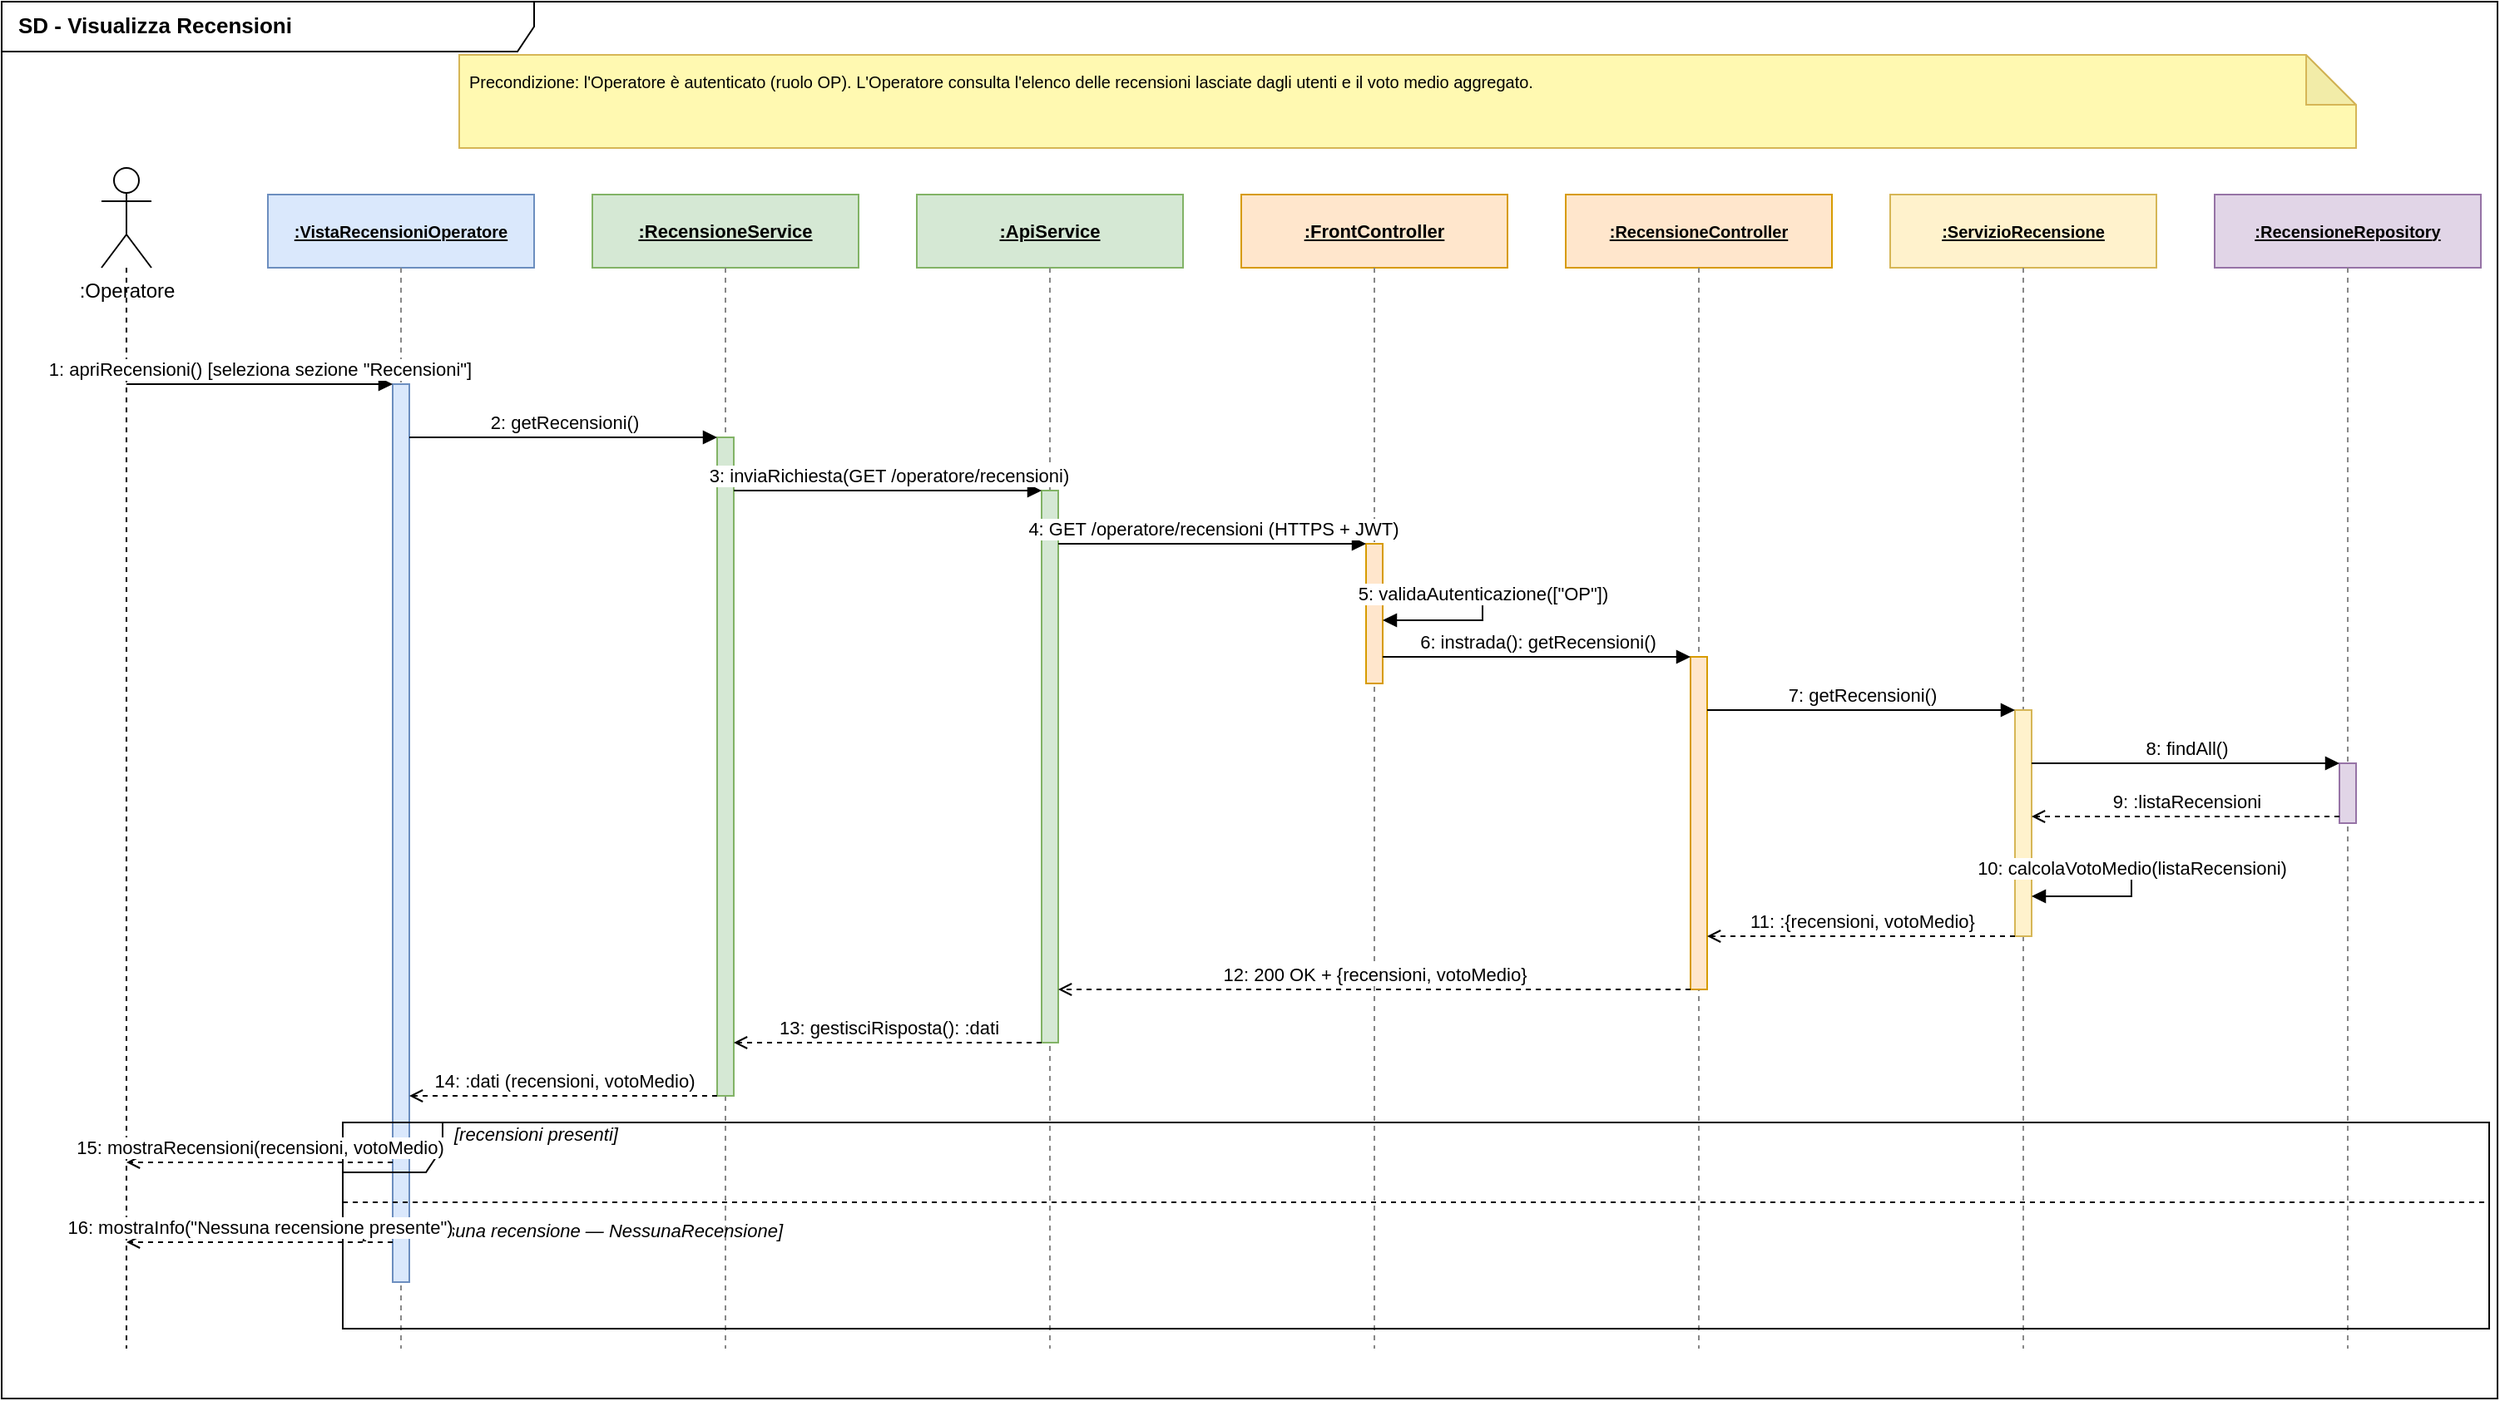
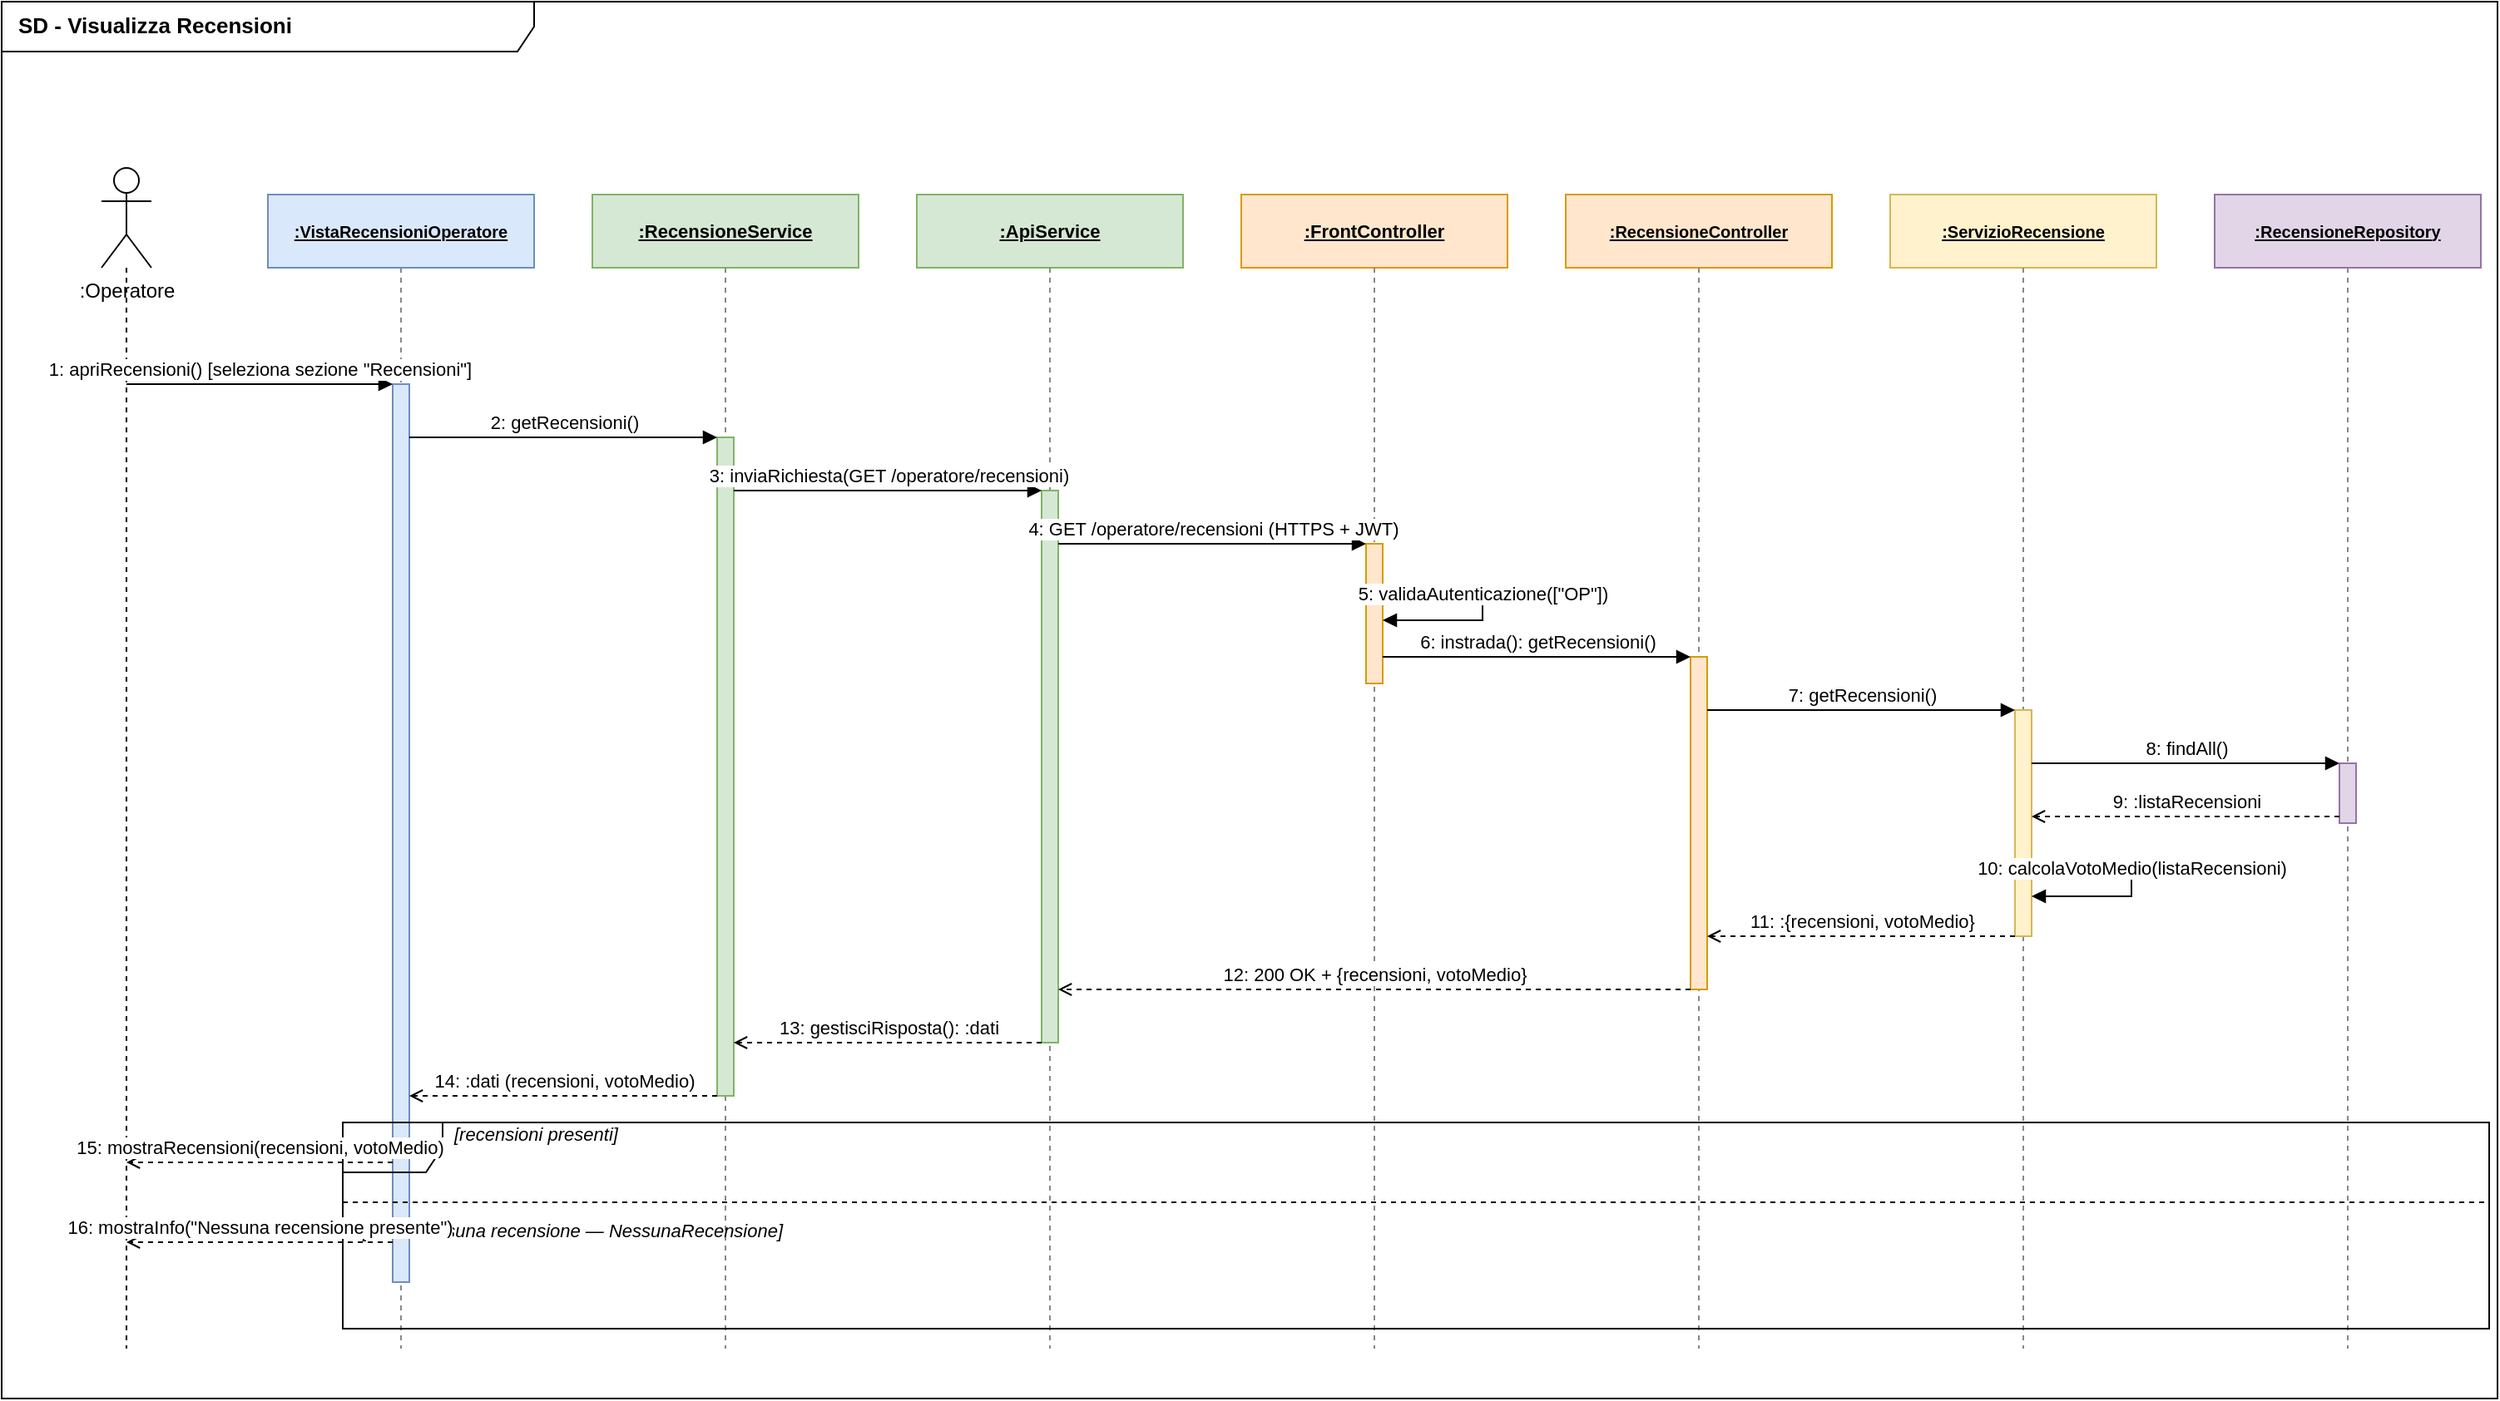
<mxfile host="65bd71144e">
    <diagram name="SD - Visualizza Recensioni" id="visualizza-recensioni-op13">
-         <mxGraphModel dx="1422" dy="800" grid="1" gridSize="10" guides="1" tooltips="1" connect="1" arrows="1" fold="1" page="1" pageScale="1" pageWidth="1654" pageHeight="1169" background="#FFFFFF" math="0" shadow="0">
+         <mxGraphModel dx="514" dy="642" grid="1" gridSize="10" guides="1" tooltips="1" connect="1" arrows="1" fold="1" page="1" pageScale="1" pageWidth="1654" pageHeight="1169" background="#FFFFFF" math="0" shadow="0">
            <root>
                <mxCell id="0"/>
                <mxCell id="1" parent="0"/>
-                 <mxCell id="frame" value="SD - Visualizza Recensioni" style="shape=umlFrame;whiteSpace=wrap;html=1;fontSize=13;fontStyle=1;align=left;spacingLeft=8;verticalAlign=top;width=320;height=30;" vertex="1" parent="1">
+                 <mxCell id="frame" value="SD - Visualizza Recensioni" style="shape=umlFrame;whiteSpace=wrap;html=1;fontSize=13;fontStyle=1;align=left;spacingLeft=8;verticalAlign=top;width=320;height=30;" parent="1" vertex="1">
                    <mxGeometry x="45" y="80" width="1500" height="840" as="geometry"/>
                </mxCell>
-                 <mxCell id="note" value="Precondizione: l'Operatore è autenticato (ruolo OP). L'Operatore consulta l'elenco delle recensioni lasciate dagli utenti e il voto medio aggregato." style="shape=note;whiteSpace=wrap;html=1;backgroundOutline=1;darkOpacity=0.05;fillColor=#FFF9B1;strokeColor=#d6b656;fontSize=10;align=left;verticalAlign=top;spacing=6;" vertex="1" parent="1">
-                     <mxGeometry x="320" y="112" width="1140" height="56" as="geometry"/>
-                 </mxCell>
-                 <!-- ================= LIFELINES ================= -->
-                 <mxCell id="ll-actor-h" value=":Operatore" style="shape=umlActor;verticalLabelPosition=bottom;verticalAlign=top;html=1;outlineConnect=0;" vertex="1" parent="1">
+                 <mxCell id="ll-actor-h" value=":Operatore" style="shape=umlActor;verticalLabelPosition=bottom;verticalAlign=top;html=1;outlineConnect=0;" parent="1" vertex="1">
                    <mxGeometry x="105" y="180" width="30" height="60" as="geometry"/>
                </mxCell>
-                 <mxCell id="ll-actor" value="" style="endArrow=none;dashed=1;html=1;strokeColor=#000000;" edge="1" parent="1">
+                 <mxCell id="ll-actor" value="" style="endArrow=none;dashed=1;html=1;strokeColor=#000000;" parent="1" edge="1">
                    <mxGeometry relative="1" as="geometry">
                        <mxPoint x="120" y="240" as="sourcePoint"/>
                        <mxPoint x="120" y="890" as="targetPoint"/>
                    </mxGeometry>
                </mxCell>
-                 <mxCell id="ll-view-h" value="&lt;b&gt;&lt;u&gt;:VistaRecensioniOperatore&lt;/u&gt;&lt;/b&gt;" style="rounded=0;whiteSpace=wrap;html=1;fillColor=#dae8fc;strokeColor=#6c8ebf;fontSize=10;" vertex="1" parent="1">
+                 <mxCell id="ll-view-h" value="&lt;b&gt;&lt;u&gt;:VistaRecensioniOperatore&lt;/u&gt;&lt;/b&gt;" style="rounded=0;whiteSpace=wrap;html=1;fillColor=#dae8fc;strokeColor=#6c8ebf;fontSize=10;" parent="1" vertex="1">
                    <mxGeometry x="205" y="196" width="160" height="44" as="geometry"/>
                </mxCell>
-                 <mxCell id="ll-view" value="" style="endArrow=none;dashed=1;html=1;strokeColor=#888888;" edge="1" parent="1">
+                 <mxCell id="ll-view" value="" style="endArrow=none;dashed=1;html=1;strokeColor=#888888;" parent="1" edge="1">
                    <mxGeometry relative="1" as="geometry">
                        <mxPoint x="285" y="240" as="sourcePoint"/>
                        <mxPoint x="285" y="890" as="targetPoint"/>
                    </mxGeometry>
                </mxCell>
-                 <mxCell id="ll-rs-h" value="&lt;b&gt;&lt;u&gt;:RecensioneService&lt;/u&gt;&lt;/b&gt;" style="rounded=0;whiteSpace=wrap;html=1;fillColor=#d5e8d4;strokeColor=#82b366;fontSize=11;" vertex="1" parent="1">
+                 <mxCell id="ll-rs-h" value="&lt;b&gt;&lt;u&gt;:RecensioneService&lt;/u&gt;&lt;/b&gt;" style="rounded=0;whiteSpace=wrap;html=1;fillColor=#d5e8d4;strokeColor=#82b366;fontSize=11;" parent="1" vertex="1">
                    <mxGeometry x="400" y="196" width="160" height="44" as="geometry"/>
                </mxCell>
-                 <mxCell id="ll-rs" value="" style="endArrow=none;dashed=1;html=1;strokeColor=#888888;" edge="1" parent="1">
+                 <mxCell id="ll-rs" value="" style="endArrow=none;dashed=1;html=1;strokeColor=#888888;" parent="1" edge="1">
                    <mxGeometry relative="1" as="geometry">
                        <mxPoint x="480" y="240" as="sourcePoint"/>
                        <mxPoint x="480" y="890" as="targetPoint"/>
                    </mxGeometry>
                </mxCell>
-                 <mxCell id="ll-api-h" value="&lt;b&gt;&lt;u&gt;:ApiService&lt;/u&gt;&lt;/b&gt;" style="rounded=0;whiteSpace=wrap;html=1;fillColor=#d5e8d4;strokeColor=#82b366;fontSize=11;" vertex="1" parent="1">
+                 <mxCell id="ll-api-h" value="&lt;b&gt;&lt;u&gt;:ApiService&lt;/u&gt;&lt;/b&gt;" style="rounded=0;whiteSpace=wrap;html=1;fillColor=#d5e8d4;strokeColor=#82b366;fontSize=11;" parent="1" vertex="1">
                    <mxGeometry x="595" y="196" width="160" height="44" as="geometry"/>
                </mxCell>
-                 <mxCell id="ll-api" value="" style="endArrow=none;dashed=1;html=1;strokeColor=#888888;" edge="1" parent="1">
+                 <mxCell id="ll-api" value="" style="endArrow=none;dashed=1;html=1;strokeColor=#888888;" parent="1" edge="1">
                    <mxGeometry relative="1" as="geometry">
                        <mxPoint x="675" y="240" as="sourcePoint"/>
                        <mxPoint x="675" y="890" as="targetPoint"/>
                    </mxGeometry>
                </mxCell>
-                 <mxCell id="ll-fc-h" value="&lt;b&gt;&lt;u&gt;:FrontController&lt;/u&gt;&lt;/b&gt;" style="rounded=0;whiteSpace=wrap;html=1;fillColor=#ffe6cc;strokeColor=#d79b00;fontSize=11;" vertex="1" parent="1">
+                 <mxCell id="ll-fc-h" value="&lt;b&gt;&lt;u&gt;:FrontController&lt;/u&gt;&lt;/b&gt;" style="rounded=0;whiteSpace=wrap;html=1;fillColor=#ffe6cc;strokeColor=#d79b00;fontSize=11;" parent="1" vertex="1">
                    <mxGeometry x="790" y="196" width="160" height="44" as="geometry"/>
                </mxCell>
-                 <mxCell id="ll-fc" value="" style="endArrow=none;dashed=1;html=1;strokeColor=#888888;" edge="1" parent="1">
+                 <mxCell id="ll-fc" value="" style="endArrow=none;dashed=1;html=1;strokeColor=#888888;" parent="1" edge="1">
                    <mxGeometry relative="1" as="geometry">
                        <mxPoint x="870" y="240" as="sourcePoint"/>
                        <mxPoint x="870" y="890" as="targetPoint"/>
                    </mxGeometry>
                </mxCell>
-                 <mxCell id="ll-rc-h" value="&lt;b&gt;&lt;u&gt;:RecensioneController&lt;/u&gt;&lt;/b&gt;" style="rounded=0;whiteSpace=wrap;html=1;fillColor=#ffe6cc;strokeColor=#d79b00;fontSize=10;" vertex="1" parent="1">
+                 <mxCell id="ll-rc-h" value="&lt;b&gt;&lt;u&gt;:RecensioneController&lt;/u&gt;&lt;/b&gt;" style="rounded=0;whiteSpace=wrap;html=1;fillColor=#ffe6cc;strokeColor=#d79b00;fontSize=10;" parent="1" vertex="1">
                    <mxGeometry x="985" y="196" width="160" height="44" as="geometry"/>
                </mxCell>
-                 <mxCell id="ll-rc" value="" style="endArrow=none;dashed=1;html=1;strokeColor=#888888;" edge="1" parent="1">
+                 <mxCell id="ll-rc" value="" style="endArrow=none;dashed=1;html=1;strokeColor=#888888;" parent="1" edge="1">
                    <mxGeometry relative="1" as="geometry">
                        <mxPoint x="1065" y="240" as="sourcePoint"/>
                        <mxPoint x="1065" y="890" as="targetPoint"/>
                    </mxGeometry>
                </mxCell>
-                 <mxCell id="ll-sr-h" value="&lt;b&gt;&lt;u&gt;:ServizioRecensione&lt;/u&gt;&lt;/b&gt;" style="rounded=0;whiteSpace=wrap;html=1;fillColor=#fff2cc;strokeColor=#d6b656;fontSize=10;" vertex="1" parent="1">
+                 <mxCell id="ll-sr-h" value="&lt;b&gt;&lt;u&gt;:ServizioRecensione&lt;/u&gt;&lt;/b&gt;" style="rounded=0;whiteSpace=wrap;html=1;fillColor=#fff2cc;strokeColor=#d6b656;fontSize=10;" parent="1" vertex="1">
                    <mxGeometry x="1180" y="196" width="160" height="44" as="geometry"/>
                </mxCell>
-                 <mxCell id="ll-sr" value="" style="endArrow=none;dashed=1;html=1;strokeColor=#888888;" edge="1" parent="1">
+                 <mxCell id="ll-sr" value="" style="endArrow=none;dashed=1;html=1;strokeColor=#888888;" parent="1" edge="1">
                    <mxGeometry relative="1" as="geometry">
                        <mxPoint x="1260" y="240" as="sourcePoint"/>
                        <mxPoint x="1260" y="890" as="targetPoint"/>
                    </mxGeometry>
                </mxCell>
-                 <mxCell id="ll-rr-h" value="&lt;b&gt;&lt;u&gt;:RecensioneRepository&lt;/u&gt;&lt;/b&gt;" style="rounded=0;whiteSpace=wrap;html=1;fillColor=#e1d5e7;strokeColor=#9673a6;fontSize=10;" vertex="1" parent="1">
+                 <mxCell id="ll-rr-h" value="&lt;b&gt;&lt;u&gt;:RecensioneRepository&lt;/u&gt;&lt;/b&gt;" style="rounded=0;whiteSpace=wrap;html=1;fillColor=#e1d5e7;strokeColor=#9673a6;fontSize=10;" parent="1" vertex="1">
                    <mxGeometry x="1375" y="196" width="160" height="44" as="geometry"/>
                </mxCell>
-                 <mxCell id="ll-rr" value="" style="endArrow=none;dashed=1;html=1;strokeColor=#888888;" edge="1" parent="1">
+                 <mxCell id="ll-rr" value="" style="endArrow=none;dashed=1;html=1;strokeColor=#888888;" parent="1" edge="1">
                    <mxGeometry relative="1" as="geometry">
                        <mxPoint x="1455" y="240" as="sourcePoint"/>
                        <mxPoint x="1455" y="890" as="targetPoint"/>
                    </mxGeometry>
                </mxCell>
-                 <!-- ================= ACTIVATION BARS ================= -->
-                 <mxCell id="act-view" value="" style="html=1;points=[];perimeter=mxPerimeter.rectanglePerimeter;fillColor=#dae8fc;strokeColor=#6c8ebf;" vertex="1" parent="1">
+                 <mxCell id="act-view" value="" style="html=1;points=[];perimeter=mxPerimeter.rectanglePerimeter;fillColor=#dae8fc;strokeColor=#6c8ebf;" parent="1" vertex="1">
                    <mxGeometry x="280" y="310" width="10" height="540" as="geometry"/>
                </mxCell>
-                 <mxCell id="act-rs" value="" style="html=1;points=[];perimeter=mxPerimeter.rectanglePerimeter;fillColor=#d5e8d4;strokeColor=#82b366;" vertex="1" parent="1">
+                 <mxCell id="act-rs" value="" style="html=1;points=[];perimeter=mxPerimeter.rectanglePerimeter;fillColor=#d5e8d4;strokeColor=#82b366;" parent="1" vertex="1">
                    <mxGeometry x="475" y="342" width="10" height="396" as="geometry"/>
                </mxCell>
-                 <mxCell id="act-api" value="" style="html=1;points=[];perimeter=mxPerimeter.rectanglePerimeter;fillColor=#d5e8d4;strokeColor=#82b366;" vertex="1" parent="1">
+                 <mxCell id="act-api" value="" style="html=1;points=[];perimeter=mxPerimeter.rectanglePerimeter;fillColor=#d5e8d4;strokeColor=#82b366;" parent="1" vertex="1">
                    <mxGeometry x="670" y="374" width="10" height="332" as="geometry"/>
                </mxCell>
-                 <mxCell id="act-fc" value="" style="html=1;points=[];perimeter=mxPerimeter.rectanglePerimeter;fillColor=#ffe6cc;strokeColor=#d79b00;" vertex="1" parent="1">
+                 <mxCell id="act-fc" value="" style="html=1;points=[];perimeter=mxPerimeter.rectanglePerimeter;fillColor=#ffe6cc;strokeColor=#d79b00;" parent="1" vertex="1">
                    <mxGeometry x="865" y="406" width="10" height="84" as="geometry"/>
                </mxCell>
-                 <mxCell id="act-rc" value="" style="html=1;points=[];perimeter=mxPerimeter.rectanglePerimeter;fillColor=#ffe6cc;strokeColor=#d79b00;" vertex="1" parent="1">
+                 <mxCell id="act-rc" value="" style="html=1;points=[];perimeter=mxPerimeter.rectanglePerimeter;fillColor=#ffe6cc;strokeColor=#d79b00;" parent="1" vertex="1">
                    <mxGeometry x="1060" y="474" width="10" height="200" as="geometry"/>
                </mxCell>
-                 <mxCell id="act-sr" value="" style="html=1;points=[];perimeter=mxPerimeter.rectanglePerimeter;fillColor=#fff2cc;strokeColor=#d6b656;" vertex="1" parent="1">
+                 <mxCell id="act-sr" value="" style="html=1;points=[];perimeter=mxPerimeter.rectanglePerimeter;fillColor=#fff2cc;strokeColor=#d6b656;" parent="1" vertex="1">
                    <mxGeometry x="1255" y="506" width="10" height="136" as="geometry"/>
                </mxCell>
-                 <mxCell id="act-rr" value="" style="html=1;points=[];perimeter=mxPerimeter.rectanglePerimeter;fillColor=#e1d5e7;strokeColor=#9673a6;" vertex="1" parent="1">
+                 <mxCell id="act-rr" value="" style="html=1;points=[];perimeter=mxPerimeter.rectanglePerimeter;fillColor=#e1d5e7;strokeColor=#9673a6;" parent="1" vertex="1">
                    <mxGeometry x="1450" y="538" width="10" height="36" as="geometry"/>
                </mxCell>
-                 <!-- ================= ALT FRAGMENT ================= -->
-                 <mxCell id="alt" value="alt" style="shape=umlFrame;whiteSpace=wrap;html=1;fontSize=11;fontStyle=1;align=left;spacingLeft=6;verticalAlign=top;fillColor=none;" vertex="1" parent="1">
+                 <mxCell id="alt" value="alt" style="shape=umlFrame;whiteSpace=wrap;html=1;fontSize=11;fontStyle=1;align=left;spacingLeft=6;verticalAlign=top;fillColor=none;" parent="1" vertex="1">
                    <mxGeometry x="250" y="754" width="1290" height="124" as="geometry"/>
                </mxCell>
-                 <mxCell id="alt-g1" value="[recensioni presenti]" style="text;html=1;align=left;fontSize=11;fontStyle=2;strokeColor=none;fillColor=none;" vertex="1" parent="1">
+                 <mxCell id="alt-g1" value="[recensioni presenti]" style="text;html=1;align=left;fontSize=11;fontStyle=2;strokeColor=none;fillColor=none;" parent="1" vertex="1">
                    <mxGeometry x="315" y="748" width="220" height="22" as="geometry"/>
                </mxCell>
-                 <mxCell id="alt-sep" value="" style="endArrow=none;dashed=1;html=1;strokeColor=#000000;" edge="1" parent="1">
+                 <mxCell id="alt-sep" value="" style="endArrow=none;dashed=1;html=1;strokeColor=#000000;" parent="1" edge="1">
                    <mxGeometry relative="1" as="geometry">
                        <mxPoint x="250" y="802" as="sourcePoint"/>
                        <mxPoint x="1540" y="802" as="targetPoint"/>
                    </mxGeometry>
                </mxCell>
-                 <mxCell id="alt-g2" value="[else / nessuna recensione — NessunaRecensione]" style="text;html=1;align=left;fontSize=11;fontStyle=2;strokeColor=none;fillColor=none;" vertex="1" parent="1">
+                 <mxCell id="alt-g2" value="[else / nessuna recensione — NessunaRecensione]" style="text;html=1;align=left;fontSize=11;fontStyle=2;strokeColor=none;fillColor=none;" parent="1" vertex="1">
                    <mxGeometry x="260" y="806" width="420" height="22" as="geometry"/>
                </mxCell>
-                 <!-- ================= MESSAGES ================= -->
-                 <mxCell id="m1" value="1: apriRecensioni() [seleziona sezione &quot;Recensioni&quot;]" style="html=1;verticalAlign=bottom;endArrow=block;endFill=1;fontSize=11;" edge="1" parent="1">
+                 <mxCell id="m1" value="1: apriRecensioni() [seleziona sezione &quot;Recensioni&quot;]" style="html=1;verticalAlign=bottom;endArrow=block;endFill=1;fontSize=11;" parent="1" edge="1">
                    <mxGeometry relative="1" as="geometry">
                        <mxPoint x="120" y="310" as="sourcePoint"/>
                        <mxPoint x="280" y="310" as="targetPoint"/>
                    </mxGeometry>
                </mxCell>
-                 <mxCell id="m2" value="2: getRecensioni()" style="html=1;verticalAlign=bottom;endArrow=block;endFill=1;fontSize=11;" edge="1" parent="1">
+                 <mxCell id="m2" value="2: getRecensioni()" style="html=1;verticalAlign=bottom;endArrow=block;endFill=1;fontSize=11;" parent="1" edge="1">
                    <mxGeometry relative="1" as="geometry">
                        <mxPoint x="290" y="342" as="sourcePoint"/>
                        <mxPoint x="475" y="342" as="targetPoint"/>
                    </mxGeometry>
                </mxCell>
-                 <mxCell id="m3" value="3: inviaRichiesta(GET /operatore/recensioni)" style="html=1;verticalAlign=bottom;endArrow=block;endFill=1;fontSize=11;" edge="1" parent="1">
+                 <mxCell id="m3" value="3: inviaRichiesta(GET /operatore/recensioni)" style="html=1;verticalAlign=bottom;endArrow=block;endFill=1;fontSize=11;" parent="1" edge="1">
                    <mxGeometry relative="1" as="geometry">
                        <mxPoint x="485" y="374" as="sourcePoint"/>
                        <mxPoint x="670" y="374" as="targetPoint"/>
                    </mxGeometry>
                </mxCell>
-                 <mxCell id="m4" value="4: GET /operatore/recensioni  (HTTPS + JWT)" style="html=1;verticalAlign=bottom;endArrow=block;endFill=1;fontSize=11;" edge="1" parent="1">
+                 <mxCell id="m4" value="4: GET /operatore/recensioni  (HTTPS + JWT)" style="html=1;verticalAlign=bottom;endArrow=block;endFill=1;fontSize=11;" parent="1" edge="1">
                    <mxGeometry relative="1" as="geometry">
                        <mxPoint x="680" y="406" as="sourcePoint"/>
                        <mxPoint x="865" y="406" as="targetPoint"/>
                    </mxGeometry>
                </mxCell>
-                 <mxCell id="m5" value="5: validaAutenticazione([&quot;OP&quot;])" style="html=1;verticalAlign=bottom;endArrow=block;endFill=1;fontSize=11;rounded=0;" edge="1" parent="1">
+                 <mxCell id="m5" value="5: validaAutenticazione([&quot;OP&quot;])" style="html=1;verticalAlign=bottom;endArrow=block;endFill=1;fontSize=11;rounded=0;" parent="1" edge="1">
                    <mxGeometry relative="1" as="geometry">
                        <Array as="points">
                            <mxPoint x="935" y="438"/>
                            <mxPoint x="935" y="452"/>
                        </Array>
                        <mxPoint x="875" y="438" as="sourcePoint"/>
                        <mxPoint x="875" y="452" as="targetPoint"/>
                    </mxGeometry>
                </mxCell>
-                 <mxCell id="m6" value="6: instrada(): getRecensioni()" style="html=1;verticalAlign=bottom;endArrow=block;endFill=1;fontSize=11;" edge="1" parent="1">
+                 <mxCell id="m6" value="6: instrada(): getRecensioni()" style="html=1;verticalAlign=bottom;endArrow=block;endFill=1;fontSize=11;" parent="1" edge="1">
                    <mxGeometry relative="1" as="geometry">
                        <mxPoint x="875" y="474" as="sourcePoint"/>
                        <mxPoint x="1060" y="474" as="targetPoint"/>
                    </mxGeometry>
                </mxCell>
-                 <mxCell id="m7" value="7: getRecensioni()" style="html=1;verticalAlign=bottom;endArrow=block;endFill=1;fontSize=11;" edge="1" parent="1">
+                 <mxCell id="m7" value="7: getRecensioni()" style="html=1;verticalAlign=bottom;endArrow=block;endFill=1;fontSize=11;" parent="1" edge="1">
                    <mxGeometry relative="1" as="geometry">
                        <mxPoint x="1070" y="506" as="sourcePoint"/>
                        <mxPoint x="1255" y="506" as="targetPoint"/>
                    </mxGeometry>
                </mxCell>
-                 <mxCell id="m8" value="8: findAll()" style="html=1;verticalAlign=bottom;endArrow=block;endFill=1;fontSize=11;" edge="1" parent="1">
+                 <mxCell id="m8" value="8: findAll()" style="html=1;verticalAlign=bottom;endArrow=block;endFill=1;fontSize=11;" parent="1" edge="1">
                    <mxGeometry relative="1" as="geometry">
                        <mxPoint x="1265" y="538" as="sourcePoint"/>
                        <mxPoint x="1450" y="538" as="targetPoint"/>
                    </mxGeometry>
                </mxCell>
-                 <mxCell id="m9" value="9: :listaRecensioni" style="html=1;verticalAlign=bottom;dashed=1;endArrow=open;endFill=0;fontSize=11;" edge="1" parent="1">
+                 <mxCell id="m9" value="9: :listaRecensioni" style="html=1;verticalAlign=bottom;dashed=1;endArrow=open;endFill=0;fontSize=11;" parent="1" edge="1">
                    <mxGeometry relative="1" as="geometry">
                        <mxPoint x="1450" y="570" as="sourcePoint"/>
                        <mxPoint x="1265" y="570" as="targetPoint"/>
                    </mxGeometry>
                </mxCell>
-                 <mxCell id="m10" value="10: calcolaVotoMedio(listaRecensioni)" style="html=1;verticalAlign=bottom;endArrow=block;endFill=1;fontSize=11;rounded=0;" edge="1" parent="1">
+                 <mxCell id="m10" value="10: calcolaVotoMedio(listaRecensioni)" style="html=1;verticalAlign=bottom;endArrow=block;endFill=1;fontSize=11;rounded=0;" parent="1" edge="1">
                    <mxGeometry relative="1" as="geometry">
                        <Array as="points">
                            <mxPoint x="1325" y="602"/>
                            <mxPoint x="1325" y="618"/>
                        </Array>
                        <mxPoint x="1265" y="602" as="sourcePoint"/>
                        <mxPoint x="1265" y="618" as="targetPoint"/>
                    </mxGeometry>
                </mxCell>
-                 <mxCell id="m11" value="11: :{recensioni, votoMedio}" style="html=1;verticalAlign=bottom;dashed=1;endArrow=open;endFill=0;fontSize=11;" edge="1" parent="1">
+                 <mxCell id="m11" value="11: :{recensioni, votoMedio}" style="html=1;verticalAlign=bottom;dashed=1;endArrow=open;endFill=0;fontSize=11;" parent="1" edge="1">
                    <mxGeometry relative="1" as="geometry">
                        <mxPoint x="1255" y="642" as="sourcePoint"/>
                        <mxPoint x="1070" y="642" as="targetPoint"/>
                    </mxGeometry>
                </mxCell>
-                 <mxCell id="m12" value="12: 200 OK + {recensioni, votoMedio}" style="html=1;verticalAlign=bottom;dashed=1;endArrow=open;endFill=0;fontSize=11;" edge="1" parent="1">
+                 <mxCell id="m12" value="12: 200 OK + {recensioni, votoMedio}" style="html=1;verticalAlign=bottom;dashed=1;endArrow=open;endFill=0;fontSize=11;" parent="1" edge="1">
                    <mxGeometry relative="1" as="geometry">
                        <mxPoint x="1060" y="674" as="sourcePoint"/>
                        <mxPoint x="680" y="674" as="targetPoint"/>
                    </mxGeometry>
                </mxCell>
-                 <mxCell id="m13" value="13: gestisciRisposta(): :dati" style="html=1;verticalAlign=bottom;dashed=1;endArrow=open;endFill=0;fontSize=11;" edge="1" parent="1">
+                 <mxCell id="m13" value="13: gestisciRisposta(): :dati" style="html=1;verticalAlign=bottom;dashed=1;endArrow=open;endFill=0;fontSize=11;" parent="1" edge="1">
                    <mxGeometry relative="1" as="geometry">
                        <mxPoint x="670" y="706" as="sourcePoint"/>
                        <mxPoint x="485" y="706" as="targetPoint"/>
                    </mxGeometry>
                </mxCell>
-                 <mxCell id="m14" value="14: :dati (recensioni, votoMedio)" style="html=1;verticalAlign=bottom;dashed=1;endArrow=open;endFill=0;fontSize=11;" edge="1" parent="1">
+                 <mxCell id="m14" value="14: :dati (recensioni, votoMedio)" style="html=1;verticalAlign=bottom;dashed=1;endArrow=open;endFill=0;fontSize=11;" parent="1" edge="1">
                    <mxGeometry relative="1" as="geometry">
                        <mxPoint x="475" y="738" as="sourcePoint"/>
                        <mxPoint x="290" y="738" as="targetPoint"/>
                    </mxGeometry>
                </mxCell>
-                 <!-- ALT branches -->
-                 <mxCell id="m15" value="15: mostraRecensioni(recensioni, votoMedio)" style="html=1;verticalAlign=bottom;dashed=1;endArrow=open;endFill=0;fontSize=11;" edge="1" parent="1">
+                 <mxCell id="m15" value="15: mostraRecensioni(recensioni, votoMedio)" style="html=1;verticalAlign=bottom;dashed=1;endArrow=open;endFill=0;fontSize=11;" parent="1" edge="1">
                    <mxGeometry relative="1" as="geometry">
                        <mxPoint x="280" y="778" as="sourcePoint"/>
                        <mxPoint x="120" y="778" as="targetPoint"/>
                    </mxGeometry>
                </mxCell>
-                 <mxCell id="m16" value="16: mostraInfo(&quot;Nessuna recensione presente&quot;)" style="html=1;verticalAlign=bottom;dashed=1;endArrow=open;endFill=0;fontSize=11;" edge="1" parent="1">
+                 <mxCell id="m16" value="16: mostraInfo(&quot;Nessuna recensione presente&quot;)" style="html=1;verticalAlign=bottom;dashed=1;endArrow=open;endFill=0;fontSize=11;" parent="1" edge="1">
                    <mxGeometry relative="1" as="geometry">
                        <mxPoint x="280" y="826" as="sourcePoint"/>
                        <mxPoint x="120" y="826" as="targetPoint"/>
                    </mxGeometry>
                </mxCell>
            </root>
        </mxGraphModel>
    </diagram>
- </mxfile>
+ </mxfile>